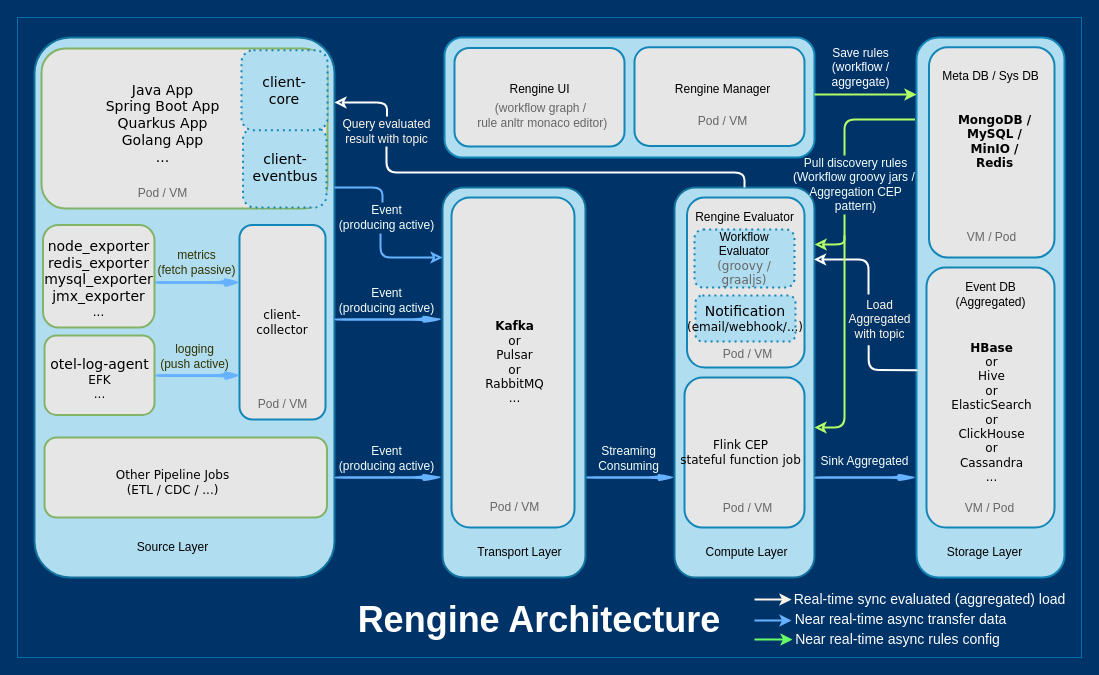
The draw.io diagram docs/shots/rengine_architecture.drawio in wl4g/rengine, before the edit. Source tidied: cells renumbered, new cells numbered last; positions are measured from the earlier drawing's top-left corner, leaving out a move shared by most shapes. Both pictures are drawn from the tidied source at 100%, with x=0, y=0 at pixel (17, 17).
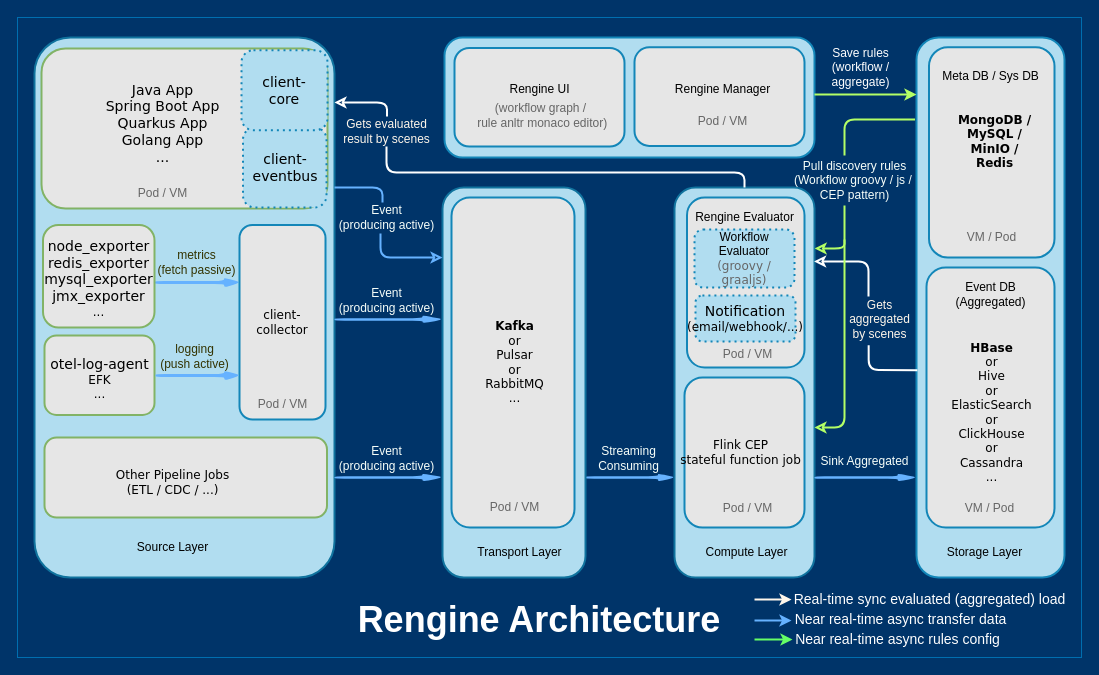
The same diagram, later.

What changed in the source:
```diff
@@
-    <mxCell id="48" value="&lt;font color=&quot;#fff7eb&quot;&gt;Query evaluated&lt;br&gt;result with topic&lt;/font&gt;" style="text;html=1;align=center;verticalAlign=middle;points=[];strokeColor=none;fillColor=none;rounded=1;" parent="1" vertex="1">
+    <mxCell id="48" value="&lt;font color=&quot;#fff7eb&quot;&gt;Gets evaluated&lt;br&gt;result by scenes&lt;/font&gt;" style="text;html=1;align=center;verticalAlign=middle;points=[];strokeColor=none;fillColor=none;rounded=1;" parent="1" vertex="1">
       <mxGeometry x="319" y="99" width="100" height="30" as="geometry" />
     </mxCell>
@@
     <mxCell id="59" style="endArrow=none;html=1;strokeColor=#B3FF66;strokeWidth=2;startArrow=classic;startFill=0;endFill=0;edgeStyle=orthogonalEdgeStyle;" parent="1" edge="1">
       <mxGeometry relative="1" as="geometry">
-        <mxPoint x="797.2" y="227" as="sourcePoint" />
-        <mxPoint x="827" y="218" as="targetPoint" />
+        <mxPoint x="797.2" y="231" as="sourcePoint" />
+        <mxPoint x="827" y="222" as="targetPoint" />
         <Array as="points">
-          <mxPoint x="827" y="227" />
+          <mxPoint x="827" y="231" />
         </Array>
       </mxGeometry>
     </mxCell>
@@
-    <mxCell id="66" value="&lt;font color=&quot;#fff7eb&quot;&gt;Load&lt;br&gt;Aggregated&lt;br&gt;with topic&lt;/font&gt;" style="text;html=1;align=center;verticalAlign=middle;points=[];strokeColor=none;fillColor=none;rounded=1;" parent="1" vertex="1">
+    <mxCell id="66" value="&lt;font color=&quot;#fff7eb&quot;&gt;Gets&lt;br&gt;aggregated&lt;br&gt;by scenes&lt;/font&gt;" style="text;html=1;align=center;verticalAlign=middle;points=[];strokeColor=none;fillColor=none;rounded=1;" parent="1" vertex="1">
       <mxGeometry x="822.2" y="276.9" width="80" height="50" as="geometry" />
     </mxCell>
-    <mxCell id="67" style="endArrow=none;html=1;strokeColor=#FFFFFF;strokeWidth=2;startArrow=classic;startFill=0;endFill=0;exitX=0.997;exitY=0.187;exitDx=0;exitDy=0;exitPerimeter=0;edgeStyle=orthogonalEdgeStyle;" parent="1" edge="1" target="66">
+    <mxCell id="67" style="endArrow=none;html=1;strokeColor=#FFFFFF;strokeWidth=2;startArrow=classic;startFill=0;endFill=0;exitX=0.997;exitY=0.187;exitDx=0;exitDy=0;exitPerimeter=0;edgeStyle=orthogonalEdgeStyle;" parent="1" edge="1">
       <mxGeometry relative="1" as="geometry">
-        <mxPoint x="796.6" y="241.9" as="sourcePoint" />
+        <mxPoint x="796.6" y="243.9" as="sourcePoint" />
+        <mxPoint x="851" y="278.9" as="targetPoint" />
         <Array as="points">
-          <mxPoint x="851" y="242" />
+          <mxPoint x="851" y="244" />
         </Array>
       </mxGeometry>
     </mxCell>
-    <mxCell id="68" value="&lt;font color=&quot;#f7fffa&quot;&gt;Pull discovery rules&lt;/font&gt;&lt;font color=&quot;#f7fffa&quot;&gt;&lt;br&gt;(Workflow groovy jars /&lt;/font&gt;&lt;span style=&quot;color: rgb(247 , 255 , 250)&quot;&gt;&amp;nbsp;&lt;/span&gt;&lt;font color=&quot;#f7fffa&quot;&gt;&lt;br&gt;&lt;/font&gt;&lt;span style=&quot;color: rgb(247 , 255 , 250)&quot;&gt;Aggregation&amp;nbsp;&lt;/span&gt;&lt;font color=&quot;#f7fffa&quot;&gt;CEP&lt;/font&gt;&lt;span style=&quot;color: rgb(247 , 255 , 250)&quot;&gt;&lt;br&gt;pattern&lt;/span&gt;&lt;font color=&quot;#f7fffa&quot;&gt;)&lt;br&gt;&lt;/font&gt;" style="text;html=1;align=center;verticalAlign=middle;points=[];strokeColor=none;fillColor=none;rounded=1;" parent="1" vertex="1">
-      <mxGeometry x="768" y="137" width="140" height="60" as="geometry" />
+    <mxCell id="68" value="&lt;font color=&quot;#f7fffa&quot;&gt;Pull discovery rules&lt;/font&gt;&lt;font color=&quot;#f7fffa&quot;&gt;&lt;br&gt;(Workflow groovy / js /&lt;/font&gt;&lt;span style=&quot;color: rgb(247 , 255 , 250)&quot;&gt;&amp;nbsp;&lt;/span&gt;&lt;font color=&quot;#f7fffa&quot;&gt;&lt;br&gt;&lt;/font&gt;&lt;font color=&quot;#f7fffa&quot;&gt;CEP&amp;nbsp;&lt;/font&gt;&lt;span style=&quot;color: rgb(247 , 255 , 250)&quot;&gt;pattern&lt;/span&gt;&lt;font color=&quot;#f7fffa&quot;&gt;)&lt;br&gt;&lt;/font&gt;" style="text;html=1;align=center;verticalAlign=middle;points=[];strokeColor=none;fillColor=none;rounded=1;" parent="1" vertex="1">
+      <mxGeometry x="767" y="138" width="140" height="50" as="geometry" />
     </mxCell>
```
